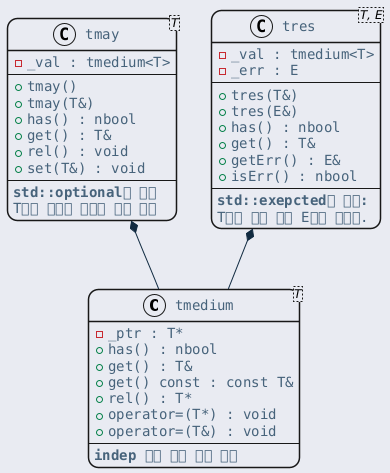
This is ref/generated/ko/inline_umlgraph_3.png from byeolang/website, a PlantUML export, as it was before one commit.
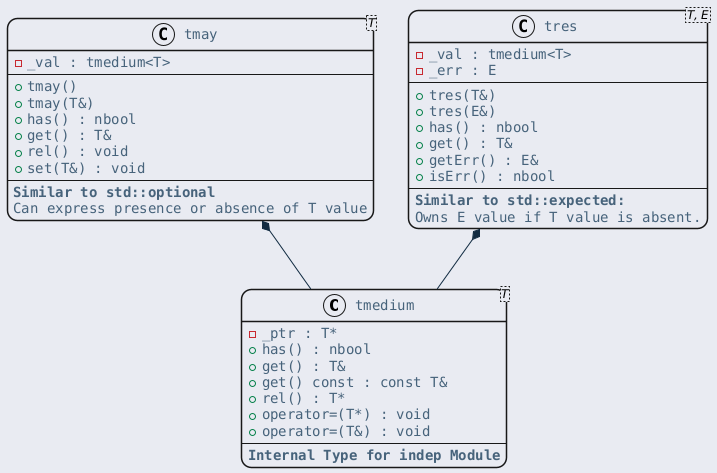
The same file after the commit.

Diff of the diagram source:
```diff
@@ -32,7 +32,7 @@
     + operator=(T*) : void
     + operator=(T&) : void
     --
-    <b>indep 모듈 내부 전용 타입</b>
+    <b>Internal Type for indep Module</b>
 }
 
 class "tmay<T>" as tmay {
@@ -45,8 +45,8 @@
     + rel() : void
     + set(T&) : void
     --
-    <b>std::optional과 유사</b>
-    T값이 있거나 없음을 표현 가능
+    <b>Similar to std::optional</b>
+    Can express presence or absence of T value
 }
 
 class "tres<T, E>" as tres {
@@ -60,8 +60,8 @@
     + getErr() : E&
     + isErr() : nbool
     --
-    <b>std::exepcted와 유사:</b>
-    T값이 없을 경우 E값을 소유함.
+    <b>Similar to std::expected:</b>
+    Owns E value if T value is absent.
 }
 
 tmay *-- tmedium
```
